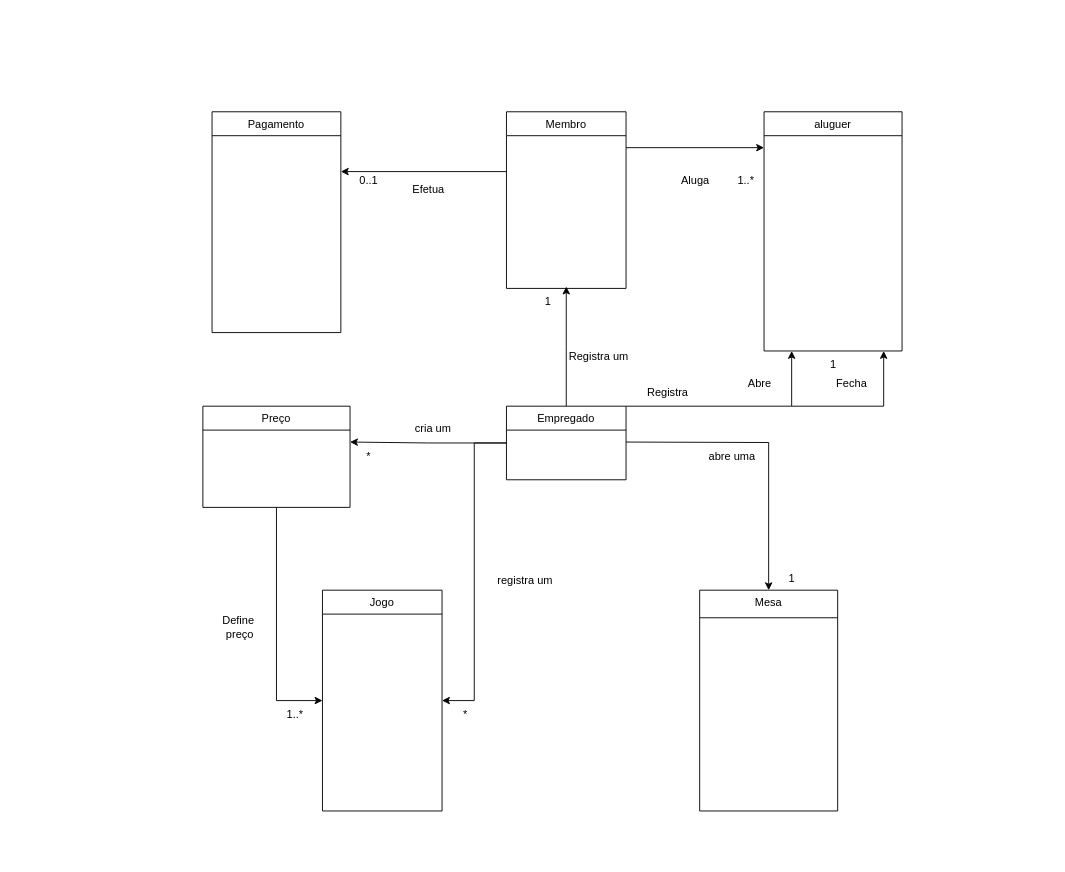
This is Diagrama_classes.drawio from luccamarshall/DCO, a draw.io file, before an edit. Source tidied: cells renumbered, new cells numbered last; positions are measured from the earlier drawing's top-left corner, leaving out a move shared by most shapes. Both pictures are drawn from the tidied source at 92%, with x=0, y=0 at pixel (202, 111).
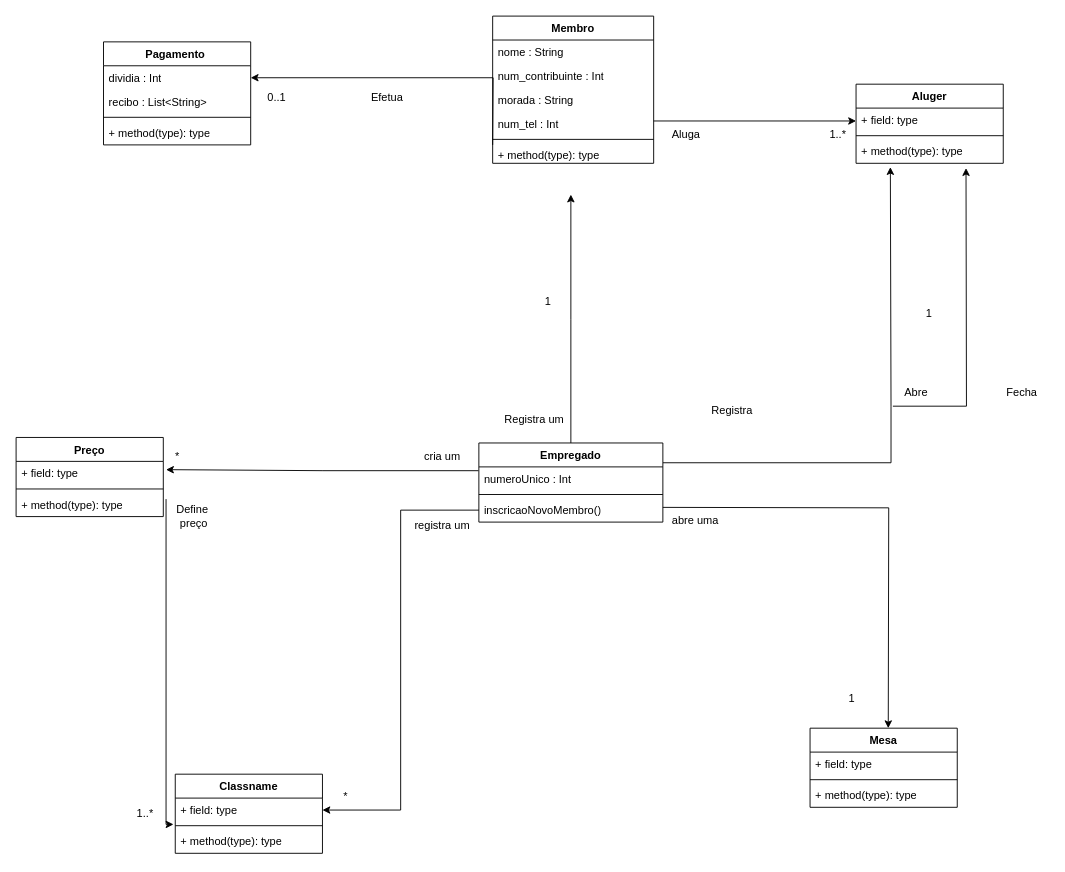
Above is the later version.

Change to the diagram source:
```diff
@@
-    <mxCell id="2" value="Membro" style="swimlane;fontStyle=0;align=center;verticalAlign=top;horizontal=1;startSize=26;rounded=0;shadow=0;strokeWidth=1;" parent="1" vertex="1">
-      <mxGeometry x="330" width="130" height="192" as="geometry" />
-    </mxCell>
-    <mxCell id="3" style="edgeStyle=orthogonalEdgeStyle;rounded=0;jettySize=auto;html=1;" parent="1" edge="1" source="6">
+    <mxCell id="3" style="edgeStyle=orthogonalEdgeStyle;rounded=0;jettySize=auto;html=1;exitX=0.5;exitY=0;exitDx=0;exitDy=0;" parent="1" edge="1" source="6">
       <mxGeometry relative="1" as="geometry">
-        <mxPoint x="395" y="190" as="targetPoint" />
+        <mxPoint x="400" y="90" as="targetPoint" />
       </mxGeometry>
     </mxCell>
-    <mxCell id="4" style="edgeStyle=orthogonalEdgeStyle;rounded=0;jettySize=auto;html=1;entryX=1;entryY=0.5;entryDx=0;entryDy=0;" parent="1" edge="1" source="6" target="8">
+    <mxCell id="4" style="edgeStyle=orthogonalEdgeStyle;rounded=0;jettySize=auto;html=1;entryX=1;entryY=0.5;entryDx=0;entryDy=0;exitX=0;exitY=0.5;exitDx=0;exitDy=0;" parent="1" edge="1" source="44" target="57">
       <mxGeometry relative="1" as="geometry" />
     </mxCell>
-    <mxCell id="5" style="edgeStyle=orthogonalEdgeStyle;rounded=0;jettySize=auto;html=1;exitX=1;exitY=0;exitDx=0;exitDy=0;" parent="1" edge="1" source="6">
+    <mxCell id="5" style="edgeStyle=orthogonalEdgeStyle;rounded=0;jettySize=auto;html=1;exitX=1;exitY=0.25;exitDx=0;exitDy=0;entryX=0.233;entryY=1.159;entryDx=0;entryDy=0;entryPerimeter=0;" parent="1" edge="1" source="6" target="52">
       <mxGeometry relative="1" as="geometry">
-        <mxPoint x="640" y="260" as="targetPoint" />
         <Array as="points">
-          <mxPoint x="640" y="320" />
-          <mxPoint x="640" y="260" />
+          <mxPoint x="748" y="382" />
+          <mxPoint x="748" y="320" />
         </Array>
       </mxGeometry>
     </mxCell>
-    <mxCell id="6" value="Empregado" style="swimlane;fontStyle=0;align=center;verticalAlign=top;horizontal=1;startSize=26;rounded=0;shadow=0;strokeWidth=1;" parent="1" vertex="1">
-      <mxGeometry x="330" y="320" width="130" height="80" as="geometry" />
-    </mxCell>
-    <mxCell id="7" value="Mesa" style="swimlane;fontStyle=0;align=center;verticalAlign=top;horizontal=1;startSize=30;rounded=0;shadow=0;strokeWidth=1;" parent="1" vertex="1">
-      <mxGeometry x="540" y="520" width="150" height="240" as="geometry" />
-    </mxCell>
-    <mxCell id="8" value="Jogo" style="swimlane;fontStyle=0;align=center;verticalAlign=top;horizontal=1;startSize=26;rounded=0;shadow=0;strokeWidth=1;" parent="1" vertex="1">
-      <mxGeometry x="130" y="520" width="130" height="240" as="geometry" />
-    </mxCell>
-    <mxCell id="9" value="Pagamento" style="swimlane;fontStyle=0;align=center;verticalAlign=top;horizontal=1;startSize=26;rounded=0;shadow=0;strokeWidth=1;" parent="1" vertex="1">
-      <mxGeometry x="10" width="140" height="240" as="geometry" />
-    </mxCell>
-    <mxCell id="10" style="edgeStyle=orthogonalEdgeStyle;rounded=0;jettySize=auto;html=1;entryX=0;entryY=0.5;entryDx=0;entryDy=0;" parent="1" edge="1" source="11" target="8">
-      <mxGeometry relative="1" as="geometry" />
+    <mxCell id="10" style="edgeStyle=orthogonalEdgeStyle;rounded=0;jettySize=auto;html=1;entryX=-0.012;entryY=-0.209;entryDx=0;entryDy=0;entryPerimeter=0;" parent="1" edge="1" target="59">
+      <mxGeometry relative="1" as="geometry">
+        <mxPoint x="-40" y="421" as="sourcePoint" />
+        <Array as="points">
+          <mxPoint x="-40" y="775" />
+        </Array>
+      </mxGeometry>
     </mxCell>
-    <mxCell id="11" value="Preço" style="swimlane;fontStyle=0;align=center;verticalAlign=top;horizontal=1;startSize=26;rounded=0;shadow=0;strokeWidth=1;" parent="1" vertex="1">
-      <mxGeometry y="320" width="160" height="110" as="geometry" />
-    </mxCell>
-    <mxCell id="12" value="aluguer" style="swimlane;fontStyle=0;align=center;verticalAlign=top;horizontal=1;startSize=26;rounded=0;shadow=0;strokeWidth=1;" parent="1" vertex="1">
-      <mxGeometry x="610" width="150" height="260" as="geometry" />
-    </mxCell>
     <mxCell id="13" value="Aluga" style="text;html=1;align=center;verticalAlign=middle;strokeColor=none;fillColor=none;" parent="1" vertex="1">
-      <mxGeometry x="510" y="60" width="50" height="30" as="geometry" />
+      <mxGeometry x="500" y="10" width="50" height="30" as="geometry" />
     </mxCell>
     <mxCell id="14" value="cria um" style="text;html=1;align=center;verticalAlign=middle;strokeColor=none;fillColor=none;" parent="1" vertex="1">
-      <mxGeometry x="220" y="330" width="60" height="30" as="geometry" />
+      <mxGeometry x="230" y="360" width="60" height="30" as="geometry" />
     </mxCell>
-    <mxCell id="15" style="edgeStyle=orthogonalEdgeStyle;rounded=0;jettySize=auto;html=1;entryX=1;entryY=0.5;entryDx=0;entryDy=0;exitX=0;exitY=0.5;exitDx=0;exitDy=0;" parent="1" edge="1" source="6">
+    <mxCell id="15" style="edgeStyle=orthogonalEdgeStyle;rounded=0;jettySize=auto;html=1;exitX=-0.002;exitY=0.159;exitDx=0;exitDy=0;exitPerimeter=0;" parent="1" edge="1" source="42">
       <mxGeometry relative="1" as="geometry">
-        <mxPoint x="160" y="359" as="targetPoint" />
+        <mxPoint x="-40" y="389" as="targetPoint" />
       </mxGeometry>
     </mxCell>
     <mxCell id="16" value="Registra um" style="text;html=1;align=center;verticalAlign=middle;strokeColor=none;fillColor=none;" parent="1" vertex="1">
-      <mxGeometry x="385" y="251" width="90" height="30" as="geometry" />
+      <mxGeometry x="315" y="320" width="90" height="30" as="geometry" />
     </mxCell>
-    <mxCell id="17" style="edgeStyle=orthogonalEdgeStyle;rounded=0;orthogonalLoop=1;jettySize=auto;html=1;entryX=0;entryY=0.5;entryDx=0;entryDy=0;" parent="1" edge="1">
+    <mxCell id="17" style="edgeStyle=orthogonalEdgeStyle;rounded=0;orthogonalLoop=1;jettySize=auto;html=1;entryX=0;entryY=0.25;entryDx=0;entryDy=0;" parent="1" edge="1">
       <mxGeometry relative="1" as="geometry">
-        <mxPoint x="460" y="39" as="sourcePoint" />
-        <mxPoint x="610" y="39" as="targetPoint" />
+        <mxPoint x="490" y="10" as="sourcePoint" />
+        <mxPoint x="710" y="10" as="targetPoint" />
       </mxGeometry>
     </mxCell>
-    <mxCell id="18" value="registra um" style="text;html=1;align=center;verticalAlign=middle;strokeColor=none;fillColor=none;" parent="1" vertex="1">
-      <mxGeometry x="310" y="495" width="80" height="30" as="geometry" />
-    </mxCell>
-    <mxCell id="19" style="edgeStyle=orthogonalEdgeStyle;rounded=0;jettySize=auto;html=1;entryX=0.5;entryY=0;entryDx=0;entryDy=0;" parent="1" edge="1" target="7">
+    <mxCell id="19" style="edgeStyle=orthogonalEdgeStyle;rounded=0;orthogonalLoop=1;jettySize=auto;html=1;entryX=0.5;entryY=0;entryDx=0;entryDy=0;" parent="1" edge="1">
       <mxGeometry relative="1" as="geometry">
-        <mxPoint x="460" y="359" as="sourcePoint" />
+        <mxPoint x="500" y="430" as="sourcePoint" />
+        <mxPoint x="745" y="670" as="targetPoint" />
       </mxGeometry>
     </mxCell>
     <mxCell id="20" value="abre uma" style="text;html=1;align=center;verticalAlign=middle;strokeColor=none;fillColor=none;" parent="1" vertex="1">
-      <mxGeometry x="540" y="360" width="70" height="30" as="geometry" />
+      <mxGeometry x="500" y="430" width="70" height="30" as="geometry" />
     </mxCell>
     <mxCell id="21" value="Define&amp;nbsp;&lt;br&gt;preço" style="text;html=1;align=center;verticalAlign=middle;strokeColor=none;fillColor=none;" parent="1" vertex="1">
-      <mxGeometry x="10" y="540" width="60" height="40" as="geometry" />
+      <mxGeometry x="-40" y="420" width="60" height="40" as="geometry" />
     </mxCell>
     <mxCell id="22" value="Registra" style="text;html=1;align=center;verticalAlign=middle;strokeColor=none;fillColor=none;" parent="1" vertex="1">
-      <mxGeometry x="470" y="290" width="70" height="30" as="geometry" />
+      <mxGeometry x="540" y="310" width="70" height="30" as="geometry" />
     </mxCell>
-    <mxCell id="23" style="edgeStyle=none;orthogonalLoop=1;jettySize=auto;html=1;rounded=0;" parent="1" edge="1">
+    <mxCell id="23" style="edgeStyle=none;jettySize=auto;html=1;rounded=0;entryX=0.747;entryY=1.201;entryDx=0;entryDy=0;entryPerimeter=0;" parent="1" edge="1" target="52">
       <mxGeometry relative="1" as="geometry">
-        <mxPoint x="640" y="320" as="sourcePoint" />
-        <mxPoint x="740" y="260" as="targetPoint" />
+        <mxPoint x="750" y="320" as="sourcePoint" />
         <Array as="points">
-          <mxPoint x="740" y="320" />
+          <mxPoint x="830" y="320" />
         </Array>
       </mxGeometry>
     </mxCell>
     <mxCell id="24" value="Abre" style="text;html=1;align=center;verticalAlign=middle;strokeColor=none;fillColor=none;" parent="1" vertex="1">
-      <mxGeometry x="580" y="281" width="50" height="30" as="geometry" />
+      <mxGeometry x="750" y="290" width="50" height="30" as="geometry" />
     </mxCell>
     <mxCell id="25" value="Fecha" style="text;html=1;align=center;verticalAlign=middle;strokeColor=none;fillColor=none;" parent="1" vertex="1">
-      <mxGeometry x="675" y="281" width="60" height="30" as="geometry" />
+      <mxGeometry x="860" y="290" width="60" height="30" as="geometry" />
     </mxCell>
-    <mxCell id="26" style="edgeStyle=orthogonalEdgeStyle;rounded=0;orthogonalLoop=1;jettySize=auto;html=1;entryX=1;entryY=0.5;entryDx=0;entryDy=0;" parent="1" edge="1">
+    <mxCell id="26" style="edgeStyle=orthogonalEdgeStyle;rounded=0;jettySize=auto;html=1;exitX=0;exitY=0.5;exitDx=0;exitDy=0;entryX=1;entryY=0.5;entryDx=0;entryDy=0;" parent="1" edge="1" target="45">
       <mxGeometry relative="1" as="geometry">
-        <mxPoint x="330" y="65" as="sourcePoint" />
-        <mxPoint x="150" y="65" as="targetPoint" />
+        <mxPoint x="315" y="36" as="sourcePoint" />
       </mxGeometry>
     </mxCell>
     <mxCell id="27" value="Efetua" style="text;html=1;align=center;verticalAlign=middle;strokeColor=none;fillColor=none;" parent="1" vertex="1">
-      <mxGeometry x="215" y="70" width="60" height="30" as="geometry" />
+      <mxGeometry x="170" y="-30" width="60" height="30" as="geometry" />
     </mxCell>
     <mxCell id="28" value="0..1" style="text;html=1;align=center;verticalAlign=middle;strokeColor=none;fillColor=none;" parent="1" vertex="1">
-      <mxGeometry x="160" y="60" width="40" height="30" as="geometry" />
+      <mxGeometry x="60" y="-30" width="40" height="30" as="geometry" />
     </mxCell>
     <mxCell id="29" value="*" style="text;html=1;align=center;verticalAlign=middle;strokeColor=none;fillColor=none;" parent="1" vertex="1">
-      <mxGeometry x="165" y="360" width="30" height="30" as="geometry" />
+      <mxGeometry x="-43" y="360" width="30" height="30" as="geometry" />
     </mxCell>
     <mxCell id="30" value="1..*" style="text;html=1;align=center;verticalAlign=middle;strokeColor=none;fillColor=none;" parent="1" vertex="1">
-      <mxGeometry x="80" y="640" width="40" height="30" as="geometry" />
+      <mxGeometry x="-83" y="748" width="40" height="30" as="geometry" />
     </mxCell>
     <mxCell id="31" value="*" style="text;html=1;align=center;verticalAlign=middle;strokeColor=none;fillColor=none;" parent="1" vertex="1">
-      <mxGeometry x="270" y="640" width="30" height="30" as="geometry" />
+      <mxGeometry x="140" y="730" width="30" height="30" as="geometry" />
     </mxCell>
     <mxCell id="32" value="&lt;br&gt;1" style="text;html=1;align=center;verticalAlign=middle;strokeColor=none;fillColor=none;" parent="1" vertex="1">
-      <mxGeometry x="625" y="480" width="30" height="40" as="geometry" />
+      <mxGeometry x="690" y="610" width="30" height="40" as="geometry" />
     </mxCell>
     <mxCell id="33" value="1" style="text;html=1;align=center;verticalAlign=middle;strokeColor=none;fillColor=none;" parent="1" vertex="1">
-      <mxGeometry x="670" y="260" width="30" height="30" as="geometry" />
+      <mxGeometry x="774" y="205" width="30" height="30" as="geometry" />
     </mxCell>
@@
     <mxCell id="35" value="1..*" style="text;html=1;align=center;verticalAlign=middle;strokeColor=none;fillColor=none;" parent="1" vertex="1">
-      <mxGeometry x="570" y="60" width="40" height="30" as="geometry" />
+      <mxGeometry x="670" y="10" width="40" height="30" as="geometry" />
     </mxCell>
+    <mxCell id="18" value="registra um" style="text;html=1;align=center;verticalAlign=middle;strokeColor=none;fillColor=none;" parent="1" vertex="1">
+      <mxGeometry x="170" y="435" width="180" height="30" as="geometry" />
+    </mxCell>
+    <mxCell id="2" value="Membro" style="swimlane;fontStyle=1;align=center;verticalAlign=top;horizontal=1;startSize=26;whiteSpace=wrap;html=1;" parent="1" vertex="1">
+      <mxGeometry x="315" y="-104" width="175" height="160" as="geometry" />
+    </mxCell>
+    <mxCell id="36" value="nome : String&amp;nbsp;&lt;br&gt;" style="text;strokeColor=none;fillColor=none;align=left;verticalAlign=top;spacingLeft=4;spacingRight=4;overflow=hidden;whiteSpace=wrap;html=1;" parent="2" vertex="1">
+      <mxGeometry y="26" width="175" height="26" as="geometry" />
+    </mxCell>
+    <mxCell id="37" value="num_contribuinte : Int" style="text;strokeColor=none;fillColor=none;align=left;verticalAlign=top;spacingLeft=4;spacingRight=4;overflow=hidden;whiteSpace=wrap;html=1;" parent="2" vertex="1">
+      <mxGeometry y="52" width="175" height="26" as="geometry" />
+    </mxCell>
+    <mxCell id="38" value="morada : String" style="text;strokeColor=none;fillColor=none;align=left;verticalAlign=top;spacingLeft=4;spacingRight=4;overflow=hidden;whiteSpace=wrap;html=1;" parent="2" vertex="1">
+      <mxGeometry y="78" width="175" height="26" as="geometry" />
+    </mxCell>
+    <mxCell id="39" value="num_tel : Int" style="text;strokeColor=none;fillColor=none;align=left;verticalAlign=top;spacingLeft=4;spacingRight=4;overflow=hidden;whiteSpace=wrap;html=1;" parent="2" vertex="1">
+      <mxGeometry y="104" width="175" height="26" as="geometry" />
+    </mxCell>
+    <mxCell id="40" style="line;strokeWidth=1;fillColor=none;align=left;verticalAlign=middle;spacingTop=-1;spacingLeft=3;spacingRight=3;labelPosition=right;strokeColor=inherit;" parent="2" vertex="1">
+      <mxGeometry y="130" width="175" height="8" as="geometry" />
+    </mxCell>
+    <mxCell id="41" value="+ method(type): type" style="text;strokeColor=none;fillColor=none;align=left;verticalAlign=top;spacingLeft=4;spacingRight=4;overflow=hidden;whiteSpace=wrap;html=1;" parent="2" vertex="1">
+      <mxGeometry y="138" width="175" height="22" as="geometry" />
+    </mxCell>
+    <mxCell id="6" value="Empregado" style="swimlane;fontStyle=1;align=center;verticalAlign=top;horizontal=1;startSize=26;whiteSpace=wrap;html=1;" parent="1" vertex="1">
+      <mxGeometry x="300" y="360" width="200" height="86" as="geometry" />
+    </mxCell>
+    <mxCell id="42" value="numeroUnico : Int" style="text;strokeColor=none;fillColor=none;align=left;verticalAlign=top;spacingLeft=4;spacingRight=4;overflow=hidden;points=[[0,0.5],[1,0.5]];portConstraint=eastwest;whiteSpace=wrap;html=1;" parent="6" vertex="1">
+      <mxGeometry y="26" width="200" height="26" as="geometry" />
+    </mxCell>
+    <mxCell id="43" style="line;strokeWidth=1;fillColor=none;align=left;verticalAlign=middle;spacingTop=-1;spacingLeft=3;spacingRight=3;labelPosition=right;strokeColor=inherit;" parent="6" vertex="1">
+      <mxGeometry y="52" width="200" height="8" as="geometry" />
+    </mxCell>
+    <mxCell id="44" value="inscricaoNovoMembro()" style="text;strokeColor=none;fillColor=none;align=left;verticalAlign=top;spacingLeft=4;spacingRight=4;overflow=hidden;points=[[0,0.5],[1,0.5]];portConstraint=eastwest;whiteSpace=wrap;html=1;" parent="6" vertex="1">
+      <mxGeometry y="60" width="200" height="26" as="geometry" />
+    </mxCell>
+    <mxCell id="9" value="Pagamento&amp;nbsp;" style="swimlane;fontStyle=1;align=center;verticalAlign=top;horizontal=1;startSize=26;whiteSpace=wrap;html=1;" parent="1" vertex="1">
+      <mxGeometry x="-108" y="-76" width="160" height="112" as="geometry" />
+    </mxCell>
+    <mxCell id="45" value="dividia : Int" style="text;strokeColor=none;fillColor=none;align=left;verticalAlign=top;spacingLeft=4;spacingRight=4;overflow=hidden;points=[[0,0.5],[1,0.5]];portConstraint=eastwest;whiteSpace=wrap;html=1;" parent="9" vertex="1">
+      <mxGeometry y="26" width="160" height="26" as="geometry" />
+    </mxCell>
+    <mxCell id="46" value="recibo : List&amp;lt;String&amp;gt;" style="text;strokeColor=none;fillColor=none;align=left;verticalAlign=top;spacingLeft=4;spacingRight=4;overflow=hidden;whiteSpace=wrap;html=1;" parent="9" vertex="1">
+      <mxGeometry y="52" width="160" height="26" as="geometry" />
+    </mxCell>
+    <mxCell id="47" style="line;strokeWidth=1;fillColor=none;align=left;verticalAlign=middle;spacingTop=-1;spacingLeft=3;spacingRight=3;labelPosition=right;strokeColor=inherit;" parent="9" vertex="1">
+      <mxGeometry y="78" width="160" height="8" as="geometry" />
+    </mxCell>
+    <mxCell id="48" value="+ method(type): type" style="text;strokeColor=none;fillColor=none;align=left;verticalAlign=top;spacingLeft=4;spacingRight=4;overflow=hidden;whiteSpace=wrap;html=1;" parent="9" vertex="1">
+      <mxGeometry y="86" width="160" height="26" as="geometry" />
+    </mxCell>
+    <mxCell id="49" value="Aluger" style="swimlane;fontStyle=1;align=center;verticalAlign=top;horizontal=1;startSize=26;whiteSpace=wrap;html=1;" parent="1" vertex="1">
+      <mxGeometry x="710" y="-30" width="160" height="86" as="geometry" />
+    </mxCell>
+    <mxCell id="50" value="+ field: type" style="text;strokeColor=none;fillColor=none;align=left;verticalAlign=top;spacingLeft=4;spacingRight=4;overflow=hidden;whiteSpace=wrap;html=1;" parent="49" vertex="1">
+      <mxGeometry y="26" width="160" height="26" as="geometry" />
+    </mxCell>
+    <mxCell id="51" style="line;strokeWidth=1;fillColor=none;align=left;verticalAlign=middle;spacingTop=-1;spacingLeft=3;spacingRight=3;labelPosition=right;strokeColor=inherit;" parent="49" vertex="1">
+      <mxGeometry y="52" width="160" height="8" as="geometry" />
+    </mxCell>
+    <mxCell id="52" value="+ method(type): type" style="text;strokeColor=none;fillColor=none;align=left;verticalAlign=top;spacingLeft=4;spacingRight=4;overflow=hidden;points=[[0,0.5],[1,0.5]];portConstraint=eastwest;whiteSpace=wrap;html=1;" parent="49" vertex="1">
+      <mxGeometry y="60" width="160" height="26" as="geometry" />
+    </mxCell>
+    <mxCell id="11" value="Preço" style="swimlane;fontStyle=1;align=center;verticalAlign=top;horizontal=1;startSize=26;whiteSpace=wrap;html=1;" parent="1" vertex="1">
+      <mxGeometry x="-203" y="354" width="160" height="86" as="geometry" />
+    </mxCell>
+    <mxCell id="53" value="+ field: type" style="text;strokeColor=none;fillColor=none;align=left;verticalAlign=top;spacingLeft=4;spacingRight=4;overflow=hidden;whiteSpace=wrap;html=1;" parent="11" vertex="1">
+      <mxGeometry y="26" width="160" height="26" as="geometry" />
+    </mxCell>
+    <mxCell id="54" style="line;strokeWidth=1;fillColor=none;align=left;verticalAlign=middle;spacingTop=-1;spacingLeft=3;spacingRight=3;labelPosition=right;strokeColor=inherit;" parent="11" vertex="1">
+      <mxGeometry y="52" width="160" height="8" as="geometry" />
+    </mxCell>
+    <mxCell id="55" value="+ method(type): type" style="text;strokeColor=none;fillColor=none;align=left;verticalAlign=top;spacingLeft=4;spacingRight=4;overflow=hidden;whiteSpace=wrap;html=1;" parent="11" vertex="1">
+      <mxGeometry y="60" width="160" height="26" as="geometry" />
+    </mxCell>
+    <mxCell id="56" value="Classname" style="swimlane;fontStyle=1;align=center;verticalAlign=top;horizontal=1;startSize=26;whiteSpace=wrap;html=1;" parent="1" vertex="1">
+      <mxGeometry x="-30" y="720" width="160" height="86" as="geometry" />
+    </mxCell>
+    <mxCell id="57" value="+ field: type" style="text;strokeColor=none;fillColor=none;align=left;verticalAlign=top;spacingLeft=4;spacingRight=4;overflow=hidden;points=[[0,0.5],[1,0.5]];portConstraint=eastwest;whiteSpace=wrap;html=1;" parent="56" vertex="1">
+      <mxGeometry y="26" width="160" height="26" as="geometry" />
+    </mxCell>
+    <mxCell id="58" style="line;strokeWidth=1;fillColor=none;align=left;verticalAlign=middle;spacingTop=-1;spacingLeft=3;spacingRight=3;labelPosition=right;strokeColor=inherit;" parent="56" vertex="1">
+      <mxGeometry y="52" width="160" height="8" as="geometry" />
+    </mxCell>
+    <mxCell id="59" value="+ method(type): type" style="text;strokeColor=none;fillColor=none;align=left;verticalAlign=top;spacingLeft=4;spacingRight=4;overflow=hidden;points=[[0,0.5],[1,0.5]];portConstraint=eastwest;whiteSpace=wrap;html=1;" parent="56" vertex="1">
+      <mxGeometry y="60" width="160" height="26" as="geometry" />
+    </mxCell>
+    <mxCell id="7" value="Mesa" style="swimlane;fontStyle=1;align=center;verticalAlign=top;horizontal=1;startSize=26;whiteSpace=wrap;html=1;" parent="1" vertex="1">
+      <mxGeometry x="660" y="670" width="160" height="86" as="geometry" />
+    </mxCell>
+    <mxCell id="60" value="+ field: type" style="text;strokeColor=none;fillColor=none;align=left;verticalAlign=top;spacingLeft=4;spacingRight=4;overflow=hidden;whiteSpace=wrap;html=1;" parent="7" vertex="1">
+      <mxGeometry y="26" width="160" height="26" as="geometry" />
+    </mxCell>
+    <mxCell id="61" style="line;strokeWidth=1;fillColor=none;align=left;verticalAlign=middle;spacingTop=-1;spacingLeft=3;spacingRight=3;labelPosition=right;strokeColor=inherit;" parent="7" vertex="1">
+      <mxGeometry y="52" width="160" height="8" as="geometry" />
+    </mxCell>
+    <mxCell id="62" value="+ method(type): type" style="text;strokeColor=none;fillColor=none;align=left;verticalAlign=top;spacingLeft=4;spacingRight=4;overflow=hidden;whiteSpace=wrap;html=1;" parent="7" vertex="1">
+      <mxGeometry y="60" width="160" height="26" as="geometry" />
+    </mxCell>
```
